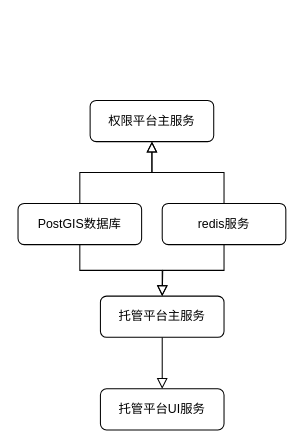
The draw.io diagram spatial-data-manager-docker.drawio in ninexy/SpringcloudConfig-1, before the edit. Source tidied: cells renumbered, new cells numbered last; positions are measured from the earlier drawing's top-left corner, leaving out a move shared by most shapes. Both pictures are drawn from the tidied source at 103%, with x=0, y=0 at pixel (18, 100).
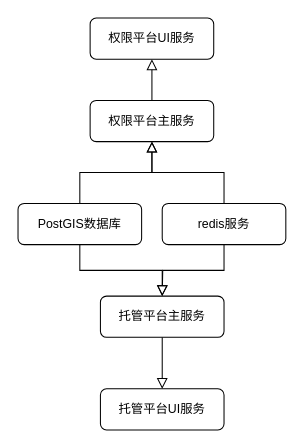
After the change.

The edit, as a diff of the source:
```diff
@@
 <mxGraphModel>
   <root>
     <mxCell id="0" />
     <mxCell id="1" parent="0" />
     <mxCell id="2" style="rounded=0;html=1;jettySize=auto;fontSize=11;endArrow=block;endFill=0;endSize=8;strokeWidth=1;shadow=0;labelBackgroundColor=none;edgeStyle=orthogonalEdgeStyle;exitX=0.5;exitY=1;exitDx=0;exitDy=0;entryX=0.5;entryY=0;entryDx=0;entryDy=0;" parent="1" edge="1" source="4" target="3">
       <mxGeometry relative="1" as="geometry" />
     </mxCell>
     <mxCell id="3" value="托管平台UI服务" style="rounded=1;whiteSpace=wrap;html=1;fontSize=12;glass=0;strokeWidth=1;shadow=0;" parent="1" vertex="1">
       <mxGeometry x="80" y="280" width="120" height="40" as="geometry" />
     </mxCell>
     <mxCell id="4" value="托管平台主服务" style="rounded=1;whiteSpace=wrap;html=1;fontSize=12;glass=0;strokeWidth=1;shadow=0;" parent="1" vertex="1">
       <mxGeometry x="80" y="190" width="120" height="40" as="geometry" />
     </mxCell>
     <mxCell id="5" style="edgeStyle=orthogonalEdgeStyle;rounded=0;jettySize=auto;html=1;exitX=0.5;exitY=1;exitDx=0;exitDy=0;entryX=0.5;entryY=0;entryDx=0;entryDy=0;shadow=0;labelBackgroundColor=none;endArrow=block;endFill=0;endSize=8;strokeWidth=1;" parent="1" edge="1" source="7" target="4">
       <mxGeometry relative="1" as="geometry" />
     </mxCell>
     <mxCell id="6" style="edgeStyle=orthogonalEdgeStyle;rounded=0;jettySize=auto;html=1;exitX=0.5;exitY=0;exitDx=0;exitDy=0;shadow=0;labelBackgroundColor=none;endArrow=block;endFill=0;endSize=8;strokeWidth=1;" parent="1" edge="1" source="7" target="11">
       <mxGeometry relative="1" as="geometry" />
     </mxCell>
     <mxCell id="7" value="PostGIS数据库" style="rounded=1;whiteSpace=wrap;html=1;fontSize=12;glass=0;strokeWidth=1;shadow=0;" parent="1" vertex="1">
       <mxGeometry y="100" width="120" height="40" as="geometry" />
     </mxCell>
     <mxCell id="8" style="edgeStyle=orthogonalEdgeStyle;rounded=0;jettySize=auto;html=1;exitX=0.5;exitY=1;exitDx=0;exitDy=0;shadow=0;labelBackgroundColor=none;endArrow=block;endFill=0;endSize=8;strokeWidth=1;" parent="1" edge="1" source="10">
       <mxGeometry relative="1" as="geometry">
         <mxPoint x="140" y="190" as="targetPoint" />
       </mxGeometry>
     </mxCell>
     <mxCell id="9" style="edgeStyle=orthogonalEdgeStyle;rounded=0;jettySize=auto;html=1;exitX=0.5;exitY=0;exitDx=0;exitDy=0;entryX=0.5;entryY=1;entryDx=0;entryDy=0;shadow=0;labelBackgroundColor=none;endArrow=block;endFill=0;endSize=8;strokeWidth=1;" parent="1" edge="1" source="10" target="11">
       <mxGeometry relative="1" as="geometry" />
     </mxCell>
     <mxCell id="10" value="redis服务" style="rounded=1;whiteSpace=wrap;html=1;fontSize=12;glass=0;strokeWidth=1;shadow=0;" parent="1" vertex="1">
       <mxGeometry x="140" y="100" width="120" height="40" as="geometry" />
     </mxCell>
+    <mxCell id="12" style="edgeStyle=orthogonalEdgeStyle;rounded=0;jettySize=auto;html=1;exitX=0.5;exitY=0;exitDx=0;exitDy=0;entryX=0.5;entryY=1;entryDx=0;entryDy=0;shadow=0;labelBackgroundColor=none;endArrow=block;endFill=0;endSize=8;strokeWidth=1;" parent="1" edge="1" source="11" target="13">
+      <mxGeometry relative="1" as="geometry" />
+    </mxCell>
     <mxCell id="11" value="权限平台主服务" style="rounded=1;whiteSpace=wrap;html=1;fontSize=12;glass=0;strokeWidth=1;shadow=0;" parent="1" vertex="1">
       <mxGeometry x="70" width="120" height="40" as="geometry" />
     </mxCell>
+    <mxCell id="13" value="权限平台UI服务" style="rounded=1;whiteSpace=wrap;html=1;fontSize=12;glass=0;strokeWidth=1;shadow=0;" parent="1" vertex="1">
+      <mxGeometry x="70" y="-80" width="120" height="40" as="geometry" />
+    </mxCell>
   </root>
 </mxGraphModel>
```
